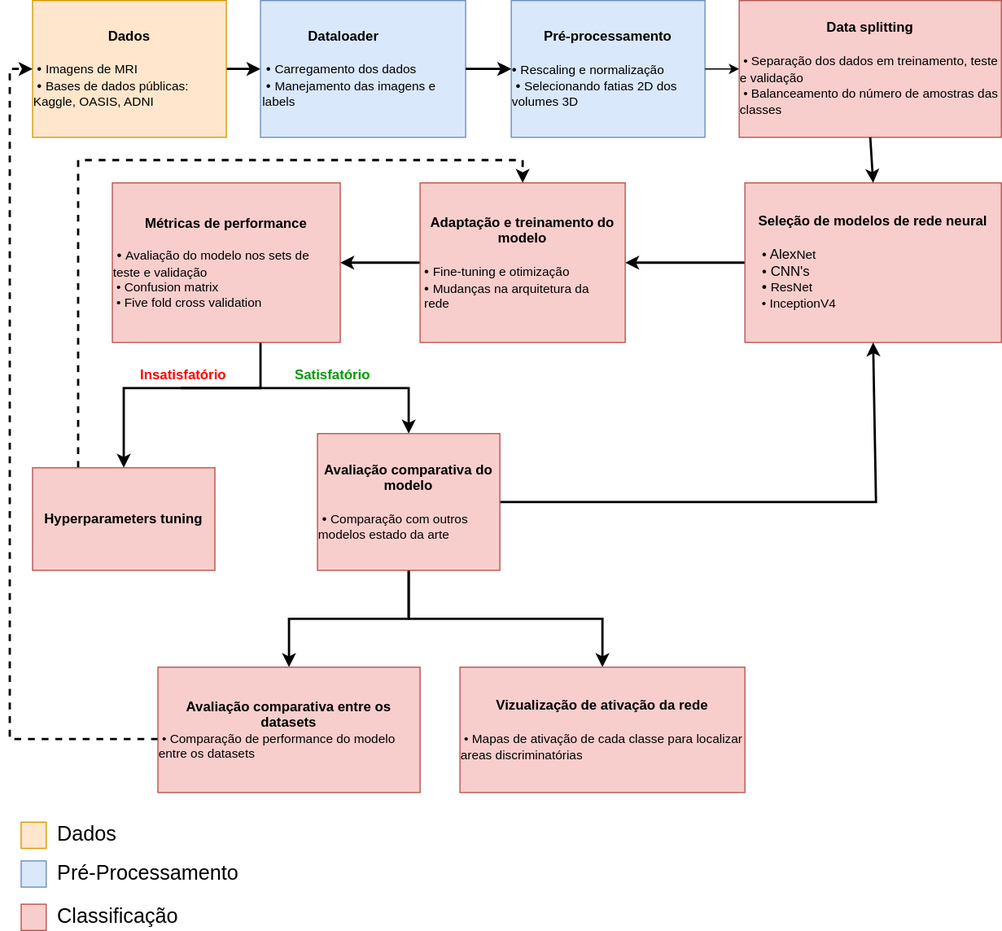
This is projetos/AlzClass/assets/workflow.drawio.svg from Disciplinas-FEEC/IA901-2023S1, a draw.io export, as it was before one commit. Source tidied: cells renumbered, new cells last; positions are measured from the earlier drawing's top-left corner, leaving out a move shared by most shapes.
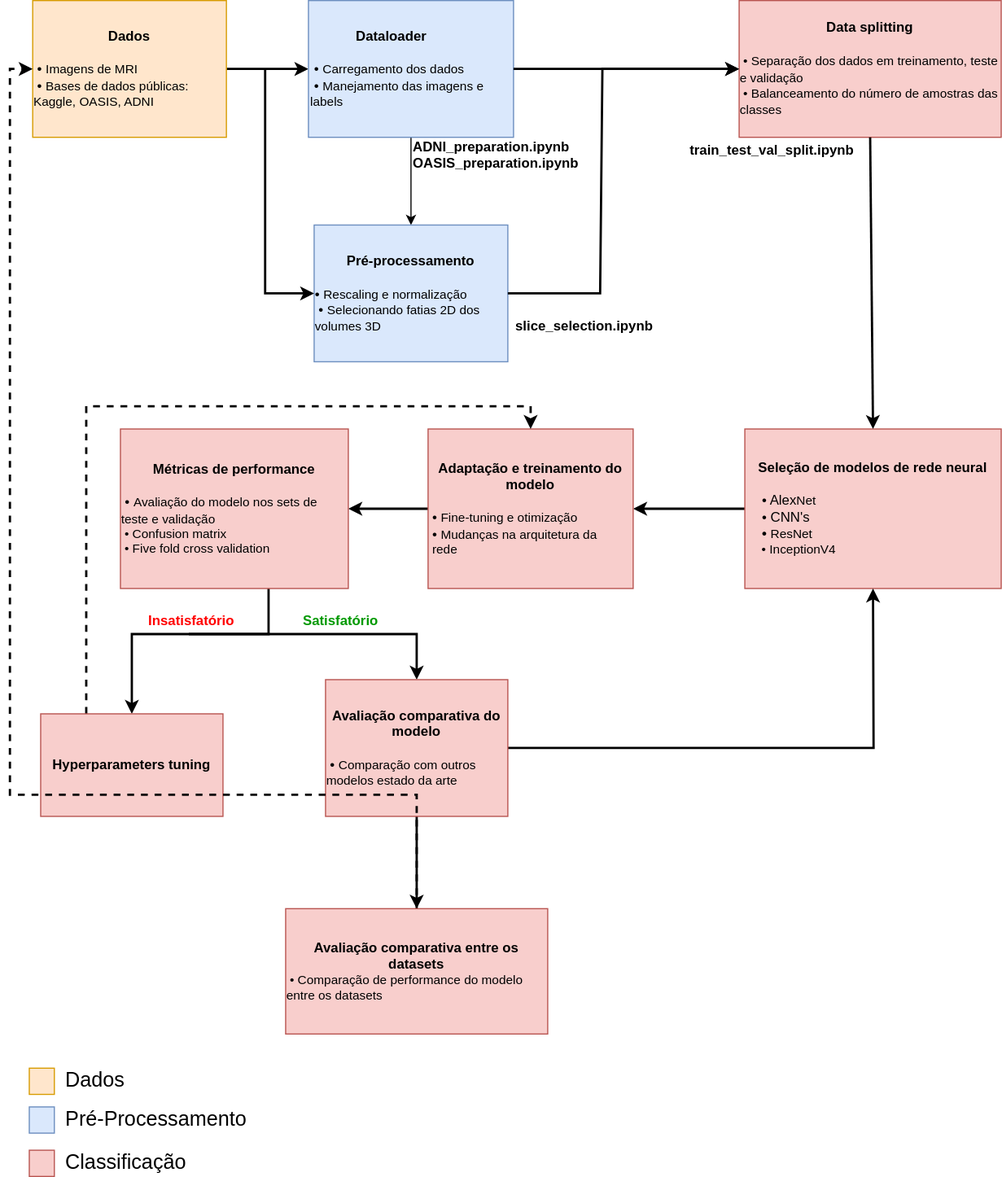
After the change.

The edit, as a diff of the source:
```diff
@@ -6,31 +6,34 @@
       <mxGeometry relative="1" as="geometry" />
     </mxCell>
     <mxCell id="3" value="&lt;b&gt;Dados&lt;br&gt;&lt;/b&gt;&lt;br&gt;&lt;div style=&quot;text-align: left;&quot;&gt;&lt;span style=&quot;background-color: initial;&quot;&gt;&amp;nbsp;•&amp;nbsp;&lt;/span&gt;&lt;span style=&quot;background-color: initial; font-size: 11px;&quot;&gt;Imagens de MRI&amp;nbsp;&lt;/span&gt;&lt;/div&gt;&lt;div style=&quot;text-align: left;&quot;&gt;&lt;span style=&quot;background-color: initial;&quot;&gt;&amp;nbsp;•&amp;nbsp;&lt;/span&gt;&lt;span style=&quot;background-color: initial; font-size: 11px;&quot;&gt;Bases de dados públicas: Kaggle, OASIS, ADNI&lt;/span&gt;&lt;/div&gt;" style="rounded=0;whiteSpace=wrap;html=1;fontFamily=Helvetica;fillColor=#ffe6cc;strokeColor=#d79b00;" parent="1" vertex="1">
-      <mxGeometry x="20" width="170" height="120" as="geometry" />
+      <mxGeometry x="13" y="-216" width="170" height="120" as="geometry" />
     </mxCell>
     <mxCell id="4" style="edgeStyle=orthogonalEdgeStyle;rounded=0;jettySize=auto;html=1;" parent="1" edge="1" source="5" target="7">
       <mxGeometry relative="1" as="geometry" />
     </mxCell>
     <mxCell id="5" value="&lt;blockquote style=&quot;margin: 0 0 0 40px; border: none; padding: 0px;&quot;&gt;&lt;b style=&quot;&quot;&gt;&lt;font style=&quot;font-size: 12px;&quot;&gt;Dataloader&lt;/font&gt;&lt;/b&gt;&lt;/blockquote&gt;&lt;blockquote style=&quot;margin: 0 0 0 40px; border: none; padding: 0px;&quot;&gt;&lt;b style=&quot;&quot;&gt;&lt;font style=&quot;font-size: 12px;&quot;&gt;&lt;br&gt;&lt;/font&gt;&lt;/b&gt;&lt;/blockquote&gt;&lt;span style=&quot;text-align: center;&quot;&gt;&amp;nbsp;•&lt;b&gt;&amp;nbsp;&lt;/b&gt;&lt;/span&gt;&lt;span style=&quot;background-color: initial; font-size: 11px;&quot;&gt;Carregamento dos dados&lt;/span&gt;&lt;span style=&quot;text-align: center;&quot;&gt;&lt;br&gt;&lt;/span&gt;&amp;nbsp;•&amp;nbsp;&lt;span style=&quot;background-color: initial; font-size: 11px;&quot;&gt;Manejamento das imagens e&amp;nbsp; labels&lt;/span&gt;" style="rounded=0;whiteSpace=wrap;html=1;align=left;fontFamily=Helvetica;fillColor=#dae8fc;strokeColor=#6c8ebf;" parent="1" vertex="1">
-      <mxGeometry x="220" width="180" height="120" as="geometry" />
+      <mxGeometry x="255" y="-216" width="180" height="120" as="geometry" />
     </mxCell>
     <mxCell id="6" value="&lt;b&gt;Data splitting&lt;br&gt;&lt;/b&gt;&lt;br&gt;&lt;div style=&quot;text-align: left;&quot;&gt;&lt;span style=&quot;font-size: 11px; background-color: initial;&quot;&gt;&amp;nbsp;•&amp;nbsp;Separação dos dados em treinamento, teste e validação&lt;/span&gt;&lt;/div&gt;&lt;div style=&quot;text-align: left;&quot;&gt;&lt;span style=&quot;background-color: initial; font-size: 11px;&quot;&gt;&amp;nbsp;• &lt;/span&gt;&lt;span style=&quot;background-color: initial;&quot;&gt;&lt;font style=&quot;font-size: 11px;&quot;&gt;Balanceamento do número de amostras das classes&lt;/font&gt;&lt;/span&gt;&lt;/div&gt;" style="rounded=0;whiteSpace=wrap;html=1;fontFamily=Helvetica;fillColor=#f8cecc;strokeColor=#b85450;" parent="1" vertex="1">
-      <mxGeometry x="640" width="230" height="120" as="geometry" />
+      <mxGeometry x="633" y="-216" width="230" height="120" as="geometry" />
     </mxCell>
     <mxCell id="7" value="&lt;div style=&quot;&quot;&gt;&lt;span style=&quot;background-color: initial;&quot;&gt;&lt;b&gt;Pré-processamento&lt;/b&gt;&lt;/span&gt;&lt;/div&gt;&lt;div style=&quot;&quot;&gt;&lt;span style=&quot;background-color: initial;&quot;&gt;&lt;b&gt;&lt;br&gt;&lt;/b&gt;&lt;/span&gt;&lt;/div&gt;&lt;div style=&quot;text-align: left;&quot;&gt;&lt;span style=&quot;background-color: initial;&quot;&gt;•&amp;nbsp;&lt;/span&gt;&lt;span style=&quot;background-color: initial; font-size: 11px;&quot;&gt;Rescaling e&amp;nbsp;normalização&lt;/span&gt;&lt;/div&gt;&lt;span style=&quot;font-size: 11px; background-color: initial;&quot;&gt;&lt;div style=&quot;text-align: left;&quot;&gt;&lt;span style=&quot;background-color: initial; font-size: 12px;&quot;&gt;&amp;nbsp;•&amp;nbsp;&lt;/span&gt;&lt;span style=&quot;background-color: initial;&quot;&gt;Selecionando fatias 2D dos volumes 3D&lt;/span&gt;&lt;/div&gt;&lt;/span&gt;" style="rounded=0;whiteSpace=wrap;html=1;fontFamily=Helvetica;fillColor=#dae8fc;strokeColor=#6c8ebf;" parent="1" vertex="1">
-      <mxGeometry x="440" width="170" height="120" as="geometry" />
+      <mxGeometry x="260" y="-19" width="170" height="120" as="geometry" />
     </mxCell>
     <mxCell id="8" style="edgeStyle=orthogonalEdgeStyle;rounded=0;jettySize=auto;html=1;fontFamily=Helvetica;strokeWidth=2;" parent="1" edge="1" source="9" target="13">
       <mxGeometry relative="1" as="geometry" />
     </mxCell>
     <mxCell id="9" value="&lt;font style=&quot;font-size: 11px;&quot;&gt;&lt;span style=&quot;font-size: 12px;&quot;&gt;&lt;b&gt;Seleção de modelos de rede neural&lt;/b&gt;&lt;br&gt;&lt;br&gt;&lt;div style=&quot;font-weight: bold; text-align: left;&quot;&gt;&amp;nbsp;&lt;span style=&quot;font-weight: 400; text-align: center;&quot;&gt;• Alex&lt;/span&gt;&lt;span style=&quot;font-size: 11px; background-color: initial; font-weight: normal;&quot;&gt;Net&lt;/span&gt;&lt;/div&gt;&lt;div style=&quot;text-align: left;&quot;&gt;&lt;b&gt;&amp;nbsp;&lt;/b&gt;• CNN's&lt;span style=&quot;font-weight: normal; font-size: 11px; background-color: initial;&quot;&gt;&lt;br&gt;&lt;/span&gt;&lt;/div&gt;&lt;div style=&quot;font-weight: bold; text-align: left;&quot;&gt;&amp;nbsp;•&amp;nbsp;&lt;span style=&quot;background-color: initial; font-size: 11px; font-weight: normal;&quot;&gt;ResNet&lt;/span&gt;&lt;span style=&quot;font-size: 11px; background-color: initial; font-weight: normal;&quot;&gt;&lt;br&gt;&lt;/span&gt;&lt;/div&gt;&lt;div style=&quot;font-weight: bold; text-align: left;&quot;&gt;&lt;font style=&quot;font-size: 11px; background-color: initial; font-weight: normal;&quot;&gt;&amp;nbsp;&lt;/font&gt;&lt;font style=&quot;font-size: 11px; background-color: initial; font-weight: normal;&quot;&gt;•&amp;nbsp;InceptionV4&lt;/font&gt;&lt;/div&gt;&lt;/span&gt;&lt;/font&gt;" style="rounded=0;whiteSpace=wrap;html=1;fontFamily=Helvetica;fillColor=#f8cecc;strokeColor=#b85450;" parent="1" vertex="1">
-      <mxGeometry x="645" y="160" width="225" height="140" as="geometry" />
+      <mxGeometry x="638" y="160" width="225" height="140" as="geometry" />
     </mxCell>
-    <mxCell id="10" style="endArrow=classic;html=1;rounded=0;exitX=1;exitY=0.5;exitDx=0;exitDy=0;fontFamily=Helvetica;" parent="1" edge="1" source="7" target="6">
-      <mxGeometry relative="1" as="geometry" />
-    </mxCell>
-    <mxCell id="11" style="endArrow=classic;html=1;rounded=0;exitX=1;exitY=0.5;exitDx=0;exitDy=0;fontFamily=Helvetica;entryX=0;entryY=0.5;entryDx=0;entryDy=0;strokeWidth=2;" parent="1" edge="1" source="5" target="7">
-      <mxGeometry relative="1" as="geometry" />
+    <mxCell id="11" style="endArrow=classic;html=1;rounded=0;fontFamily=Helvetica;entryX=0;entryY=0.5;entryDx=0;entryDy=0;strokeWidth=2;" parent="1" edge="1" target="7">
+      <mxGeometry relative="1" as="geometry">
+        <mxPoint x="217" y="-156" as="sourcePoint" />
+        <Array as="points">
+          <mxPoint x="217" y="-7" />
+          <mxPoint x="217" y="41" />
+        </Array>
+      </mxGeometry>
     </mxCell>
     <mxCell id="12" style="edgeStyle=orthogonalEdgeStyle;rounded=0;jettySize=auto;html=1;fontFamily=Helvetica;strokeWidth=2;" parent="1" edge="1" source="13" target="15">
       <mxGeometry relative="1" as="geometry" />
@@ -72,16 +75,13 @@
     <mxCell id="19" style="endArrow=classic;html=1;rounded=0;exitX=1;exitY=0.5;exitDx=0;exitDy=0;entryX=0.5;entryY=1;entryDx=0;entryDy=0;fontFamily=Helvetica;strokeWidth=2;" parent="1" edge="1" source="22" target="9">
       <mxGeometry relative="1" as="geometry">
         <Array as="points">
-          <mxPoint x="760" y="440" />
+          <mxPoint x="751" y="440" />
         </Array>
       </mxGeometry>
     </mxCell>
     <mxCell id="20" style="edgeStyle=orthogonalEdgeStyle;rounded=0;jettySize=auto;html=1;strokeWidth=2;" parent="1" edge="1" source="22" target="26">
       <mxGeometry relative="1" as="geometry" />
     </mxCell>
-    <mxCell id="21" style="edgeStyle=orthogonalEdgeStyle;rounded=0;jettySize=auto;html=1;exitX=0.5;exitY=1;exitDx=0;exitDy=0;entryX=0.5;entryY=0;entryDx=0;entryDy=0;strokeWidth=2;" parent="1" edge="1" source="22" target="27">
-      <mxGeometry relative="1" as="geometry" />
-    </mxCell>
     <mxCell id="22" value="&lt;b&gt;Avaliação comparativa do modelo&lt;br&gt;&amp;nbsp;&lt;/b&gt;&lt;br&gt;&lt;div style=&quot;text-align: left;&quot;&gt;&lt;span style=&quot;background-color: initial;&quot;&gt;&amp;nbsp;•&amp;nbsp;&lt;/span&gt;&lt;span style=&quot;background-color: initial; font-size: 11px; text-align: left;&quot;&gt;Comparação com outros modelos estado da arte&lt;/span&gt;&lt;/div&gt;" style="rounded=0;whiteSpace=wrap;html=1;fontFamily=Helvetica;fillColor=#f8cecc;strokeColor=#b85450;" parent="1" vertex="1">
       <mxGeometry x="270" y="380" width="160" height="120" as="geometry" />
     </mxCell>
@@ -94,17 +94,15 @@
     <mxCell id="25" style="edgeStyle=orthogonalEdgeStyle;rounded=0;jettySize=auto;html=1;entryX=0;entryY=0.5;entryDx=0;entryDy=0;strokeWidth=2;dashed=1;" parent="1" edge="1" source="26" target="3">
       <mxGeometry relative="1" as="geometry">
         <Array as="points">
-          <mxPoint y="648" />
-          <mxPoint y="60" />
+          <mxPoint x="350" y="481" />
+          <mxPoint x="-7" y="481" />
+          <mxPoint x="-7" y="-156" />
         </Array>
       </mxGeometry>
     </mxCell>
     <mxCell id="26" value="&lt;font style=&quot;&quot;&gt;&lt;b style=&quot;&quot;&gt;&lt;font style=&quot;font-size: 12px;&quot;&gt;Avaliação comparativa entre os datasets&lt;/font&gt;&lt;/b&gt;&lt;br&gt;&lt;/font&gt;&lt;div style=&quot;text-align: left; font-size: 11px;&quot;&gt;&lt;font style=&quot;font-size: 11px;&quot;&gt;&amp;nbsp;• Comparação de performance do modelo entre os datasets&lt;/font&gt;&lt;br&gt;&lt;/div&gt;" style="rounded=0;whiteSpace=wrap;html=1;fontFamily=Helvetica;fillColor=#f8cecc;strokeColor=#b85450;" parent="1" vertex="1">
-      <mxGeometry x="130" y="585" width="230" height="110" as="geometry" />
+      <mxGeometry x="235" y="581" width="230" height="110" as="geometry" />
     </mxCell>
-    <mxCell id="27" value="&lt;span style=&quot;text-align: left; background-color: initial;&quot;&gt;&lt;b&gt;Vizualização de ativação da rede&lt;br&gt;&lt;br&gt;&lt;div style=&quot;text-align: left;&quot;&gt;&lt;span style=&quot;background-color: initial; font-size: 11px; font-weight: normal; text-align: center;&quot;&gt;&amp;nbsp;• Mapas de ativação de cada classe para localizar areas discriminatórias&lt;/span&gt;&lt;/div&gt;&lt;/b&gt;&lt;/span&gt;" style="rounded=0;whiteSpace=wrap;html=1;fontFamily=Helvetica;fillColor=#f8cecc;strokeColor=#b85450;" parent="1" vertex="1">
-      <mxGeometry x="395" y="585" width="250" height="110" as="geometry" />
-    </mxCell>
     <mxCell id="28" value="&lt;font style=&quot;font-size: 18px;&quot;&gt;Dados&lt;/font&gt;" style="rounded=0;whiteSpace=wrap;html=1;fillColor=none;strokeColor=none;align=left;" parent="1" vertex="1">
       <mxGeometry x="40" y="720" width="120" height="24" as="geometry" />
     </mxCell>
@@ -126,5 +124,25 @@
     <mxCell id="34" style="endArrow=classic;html=1;rounded=0;strokeWidth=2;exitX=0.5;exitY=1;exitDx=0;exitDy=0;entryX=0.5;entryY=0;entryDx=0;entryDy=0;" parent="1" edge="1" source="6" target="9">
       <mxGeometry relative="1" as="geometry" />
     </mxCell>
+    <mxCell id="35" style="edgeStyle=orthogonalEdgeStyle;rounded=0;jettySize=auto;html=1;strokeWidth=2;entryX=0;entryY=0.5;entryDx=0;entryDy=0;exitX=1;exitY=0.5;exitDx=0;exitDy=0;" parent="1" edge="1" source="5" target="6">
+      <mxGeometry relative="1" as="geometry" />
+    </mxCell>
+    <mxCell id="10" style="endArrow=classic;html=1;rounded=0;fontFamily=Helvetica;entryX=0;entryY=0.5;entryDx=0;entryDy=0;strokeWidth=2;exitX=1;exitY=0.5;exitDx=0;exitDy=0;" parent="1" edge="1" source="7" target="6">
+      <mxGeometry relative="1" as="geometry">
+        <Array as="points">
+          <mxPoint x="511" y="41" />
+          <mxPoint x="513" y="-156" />
+        </Array>
+      </mxGeometry>
+    </mxCell>
+    <mxCell id="36" value="train_test_val_split.ipynb" style="text;whiteSpace=wrap;fontStyle=1;" parent="1" vertex="1">
+      <mxGeometry x="588" y="-98" width="163" height="36" as="geometry" />
+    </mxCell>
+    <mxCell id="37" value="ADNI_preparation.ipynb&#10;OASIS_preparation.ipynb" style="text;whiteSpace=wrap;fontStyle=1;" parent="1" vertex="1">
+      <mxGeometry x="345" y="-101" width="164" height="51" as="geometry" />
+    </mxCell>
+    <mxCell id="38" value="slice_selection.ipynb" style="text;whiteSpace=wrap;fontStyle=1;" parent="1" vertex="1">
+      <mxGeometry x="435" y="56" width="138" height="36" as="geometry" />
+    </mxCell>
   </root>
 </mxGraphModel>
```
